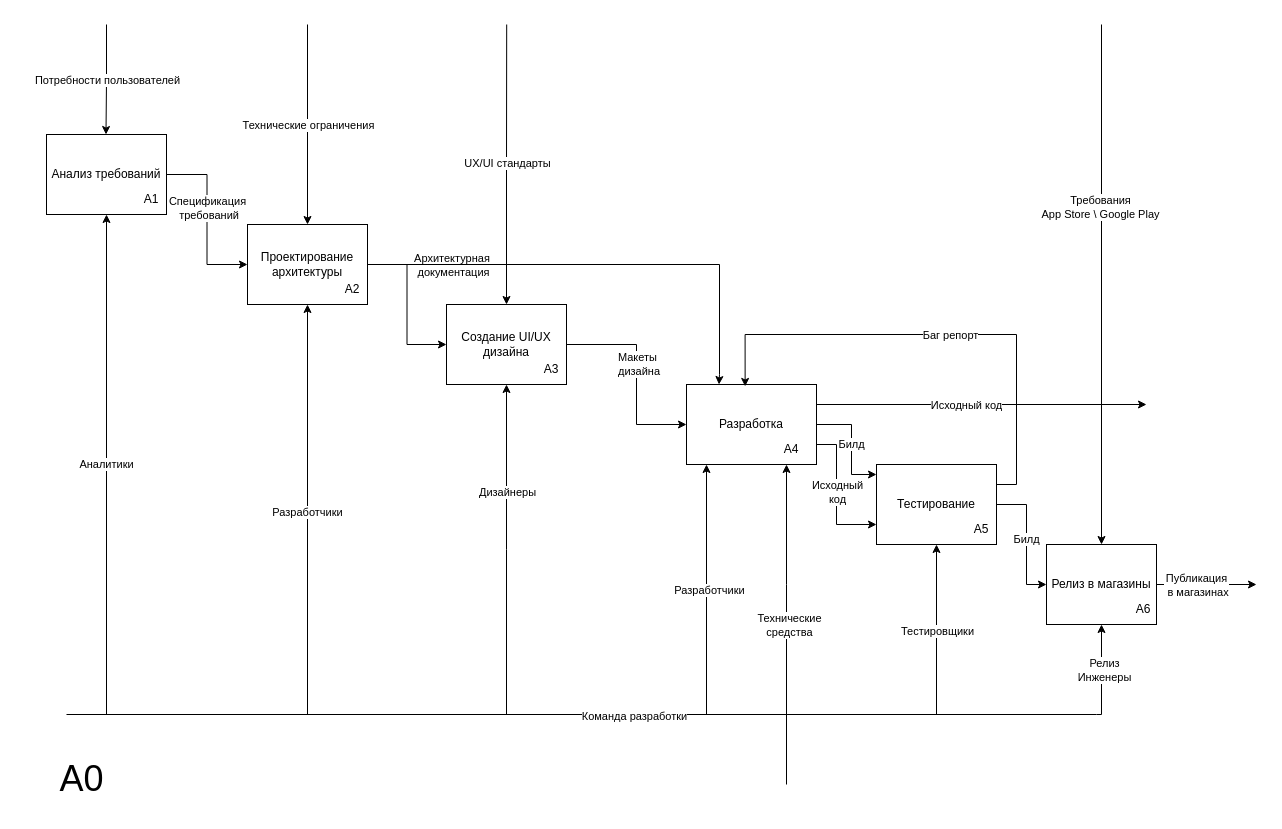
Before: page "Диаграмма декомпозиции" (2 of 8) of Диаграмма без названия.drawio in LEOVBOX/idef0_mobile_app, a draw.io diagram. Source tidied: cells renumbered, new cells numbered last; positions are measured from the earlier drawing's top-left corner, leaving out a move shared by most shapes. Both pictures are drawn from the tidied source at 100%, with x=0, y=0 at pixel (17, 24).
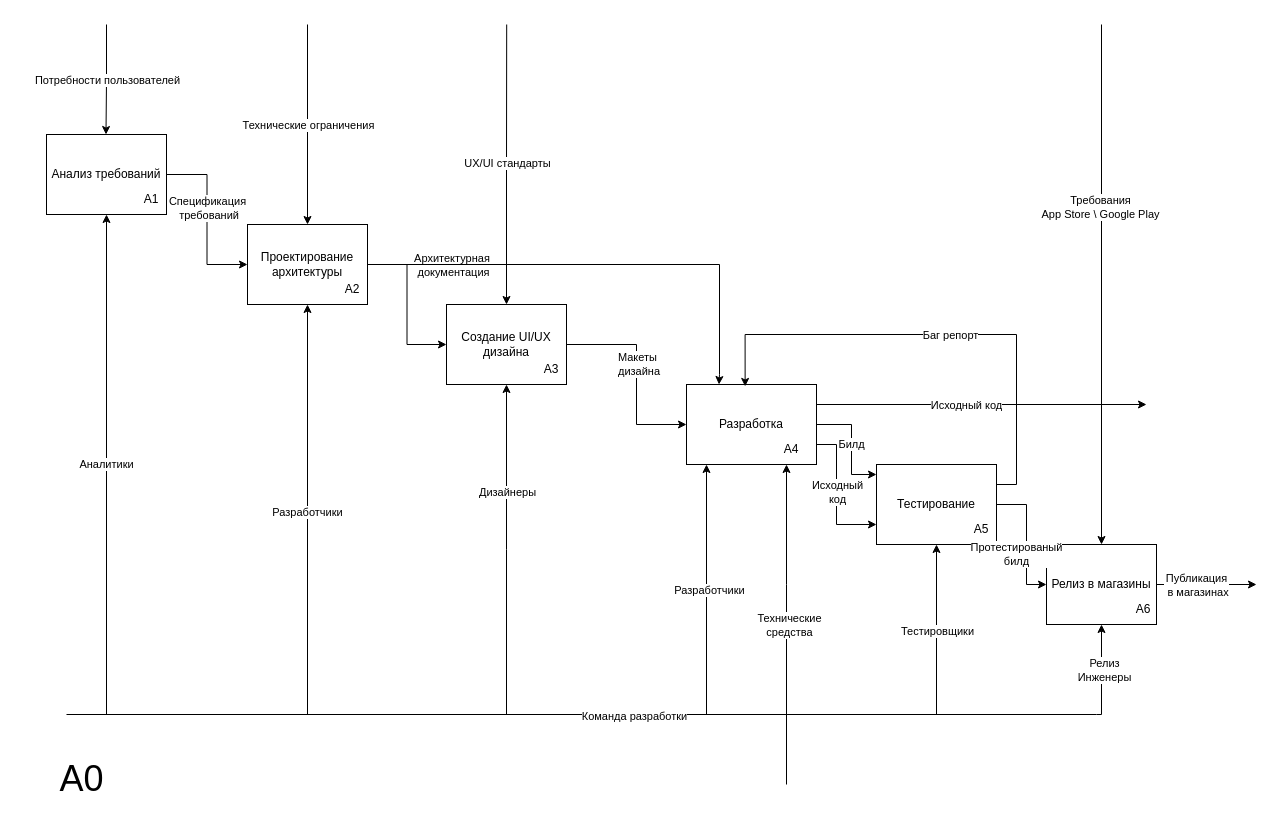
The same diagram, later.

The change refers to these unchanged cells:
```xml
<mxCell id="27" value="Тестирование" style="rounded=0;whiteSpace=wrap;html=1;fillColor=none;" parent="24" vertex="1">
  <mxGeometry width="120" height="80" as="geometry" />
</mxCell>
<mxCell id="34" value="Релиз в магазины" style="rounded=0;whiteSpace=wrap;html=1;fillColor=none;" parent="29" vertex="1">
  <mxGeometry width="110" height="80" as="geometry" />
</mxCell>
```

What changed in the source:
```diff
@@
-    <mxCell id="46" value="Билд" style="edgeStyle=orthogonalEdgeStyle;rounded=0;jettySize=auto;html=1;entryX=0;entryY=0.5;entryDx=0;entryDy=0;exitX=1;exitY=0.5;exitDx=0;exitDy=0;" parent="1" edge="1" source="27" target="34">
-      <mxGeometry relative="1" as="geometry">
+    <mxCell id="46" value="Протестированый&lt;div&gt;билд&lt;/div&gt;" style="edgeStyle=orthogonalEdgeStyle;rounded=0;jettySize=auto;html=1;entryX=0;entryY=0.5;entryDx=0;entryDy=0;exitX=1;exitY=0.5;exitDx=0;exitDy=0;" parent="1" edge="1" source="27" target="34">
+      <mxGeometry x="0.23" y="-10" relative="1" as="geometry">
         <Array as="points">
           <mxPoint x="1009" y="480" />
           <mxPoint x="1009" y="560" />
         </Array>
       </mxGeometry>
     </mxCell>
```
